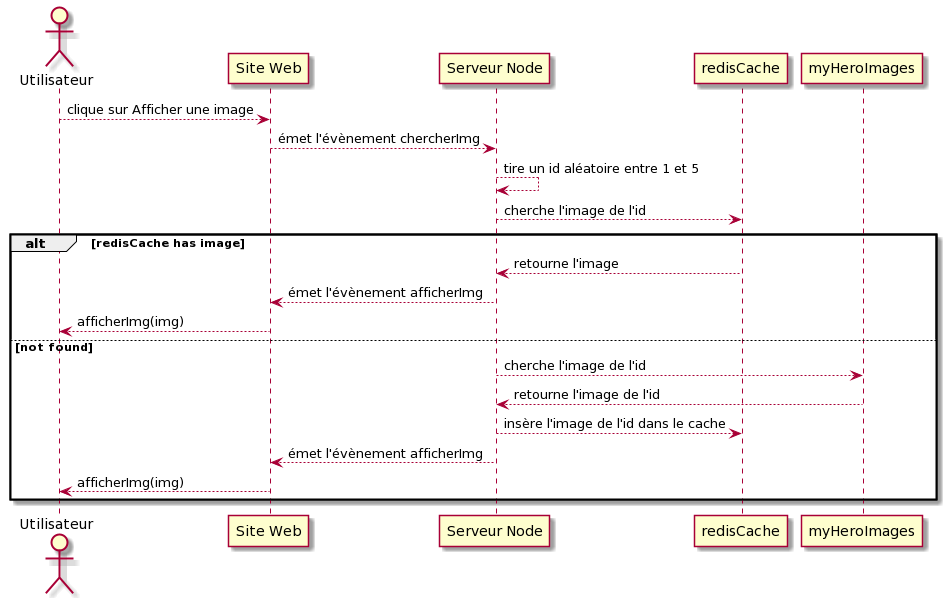
Before: docs/diag/diag_seq_sys.png, a diagram exported from PlantUML (prodageo/mniproj2020b-2020a70b). The source it was exported from:
```plantuml
@startuml
actor Utilisateur
participant "Site Web"
participant "Serveur Node"
participant redisCache
participant myHeroImages

Utilisateur --> "Site Web" : clique sur Afficher une image
"Site Web" --> "Serveur Node" : émet l'évènement chercherImg
"Serveur Node" --> "Serveur Node" : tire un id aléatoire entre 1 et 5
"Serveur Node" --> redisCache : cherche l'image de l'id
alt redisCache has image
redisCache --> "Serveur Node": retourne l'image
"Serveur Node" --> "Site Web": émet l'évènement afficherImg
"Site Web" --> Utilisateur : afficherImg(img)
else not found
"Serveur Node" --> myHeroImages : cherche l'image de l'id
myHeroImages --> "Serveur Node" : retourne l'image de l'id
"Serveur Node" --> redisCache : insère l'image de l'id dans le cache
"Serveur Node" --> "Site Web" : émet l'évènement afficherImg
"Site Web" --> Utilisateur : afficherImg(img)
end
@enduml
```
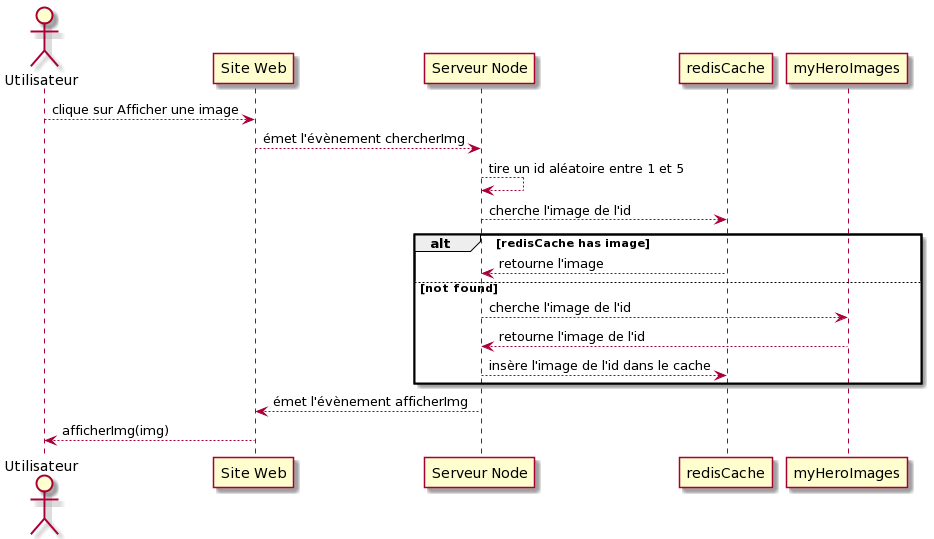
The same diagram one commit later.

Commit message:
correct sequence diagram

Change to the diagram source:
```diff
@@ -11,13 +11,11 @@
 "Serveur Node" --> redisCache : cherche l'image de l'id
 alt redisCache has image
 redisCache --> "Serveur Node": retourne l'image
-"Serveur Node" --> "Site Web": émet l'évènement afficherImg
-"Site Web" --> Utilisateur : afficherImg(img)
 else not found
 "Serveur Node" --> myHeroImages : cherche l'image de l'id
 myHeroImages --> "Serveur Node" : retourne l'image de l'id
 "Serveur Node" --> redisCache : insère l'image de l'id dans le cache
+end
 "Serveur Node" --> "Site Web" : émet l'évènement afficherImg
 "Site Web" --> Utilisateur : afficherImg(img)
-end
 @enduml
```
